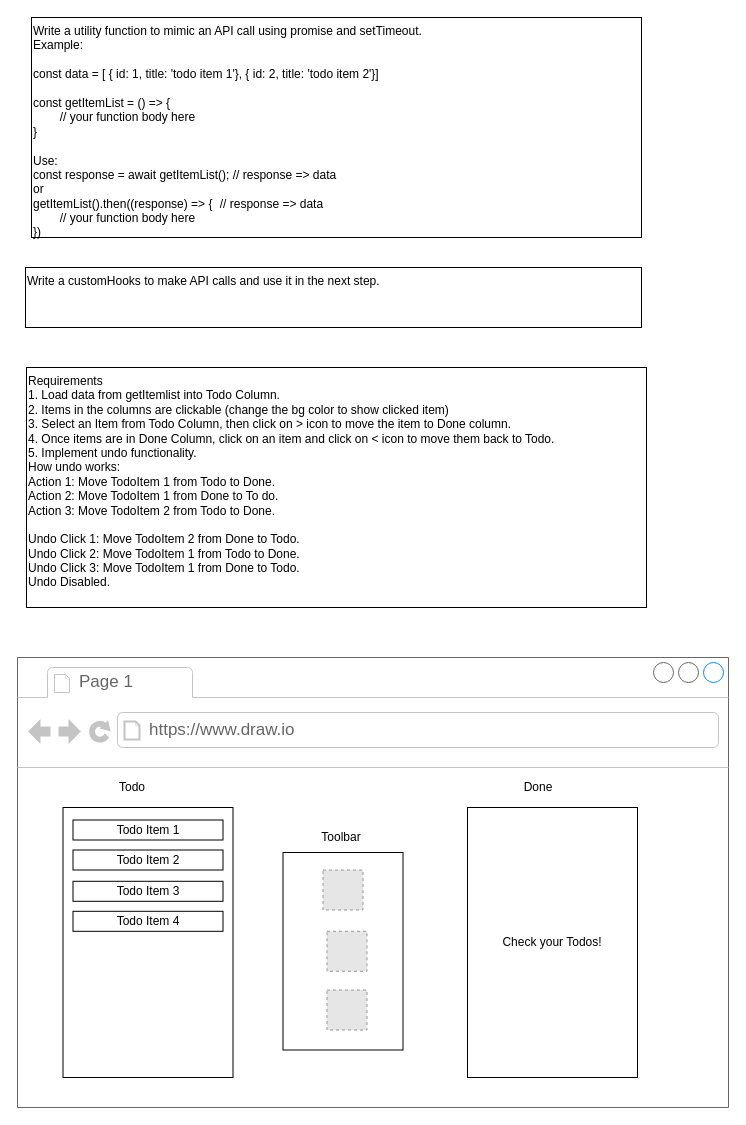
jayendra-sharan/questions keeps this draw.io diagram as app.drawio. Above is the earlier version. Source tidied: cells renumbered, new cells numbered last; positions are measured from the earlier drawing's top-left corner, leaving out a move shared by most shapes. Both pictures are drawn from the tidied source at 100%, with x=0, y=0 at pixel (17, 17). Pictures stored in the file or linked from it are replaced by grey dashed boxes.
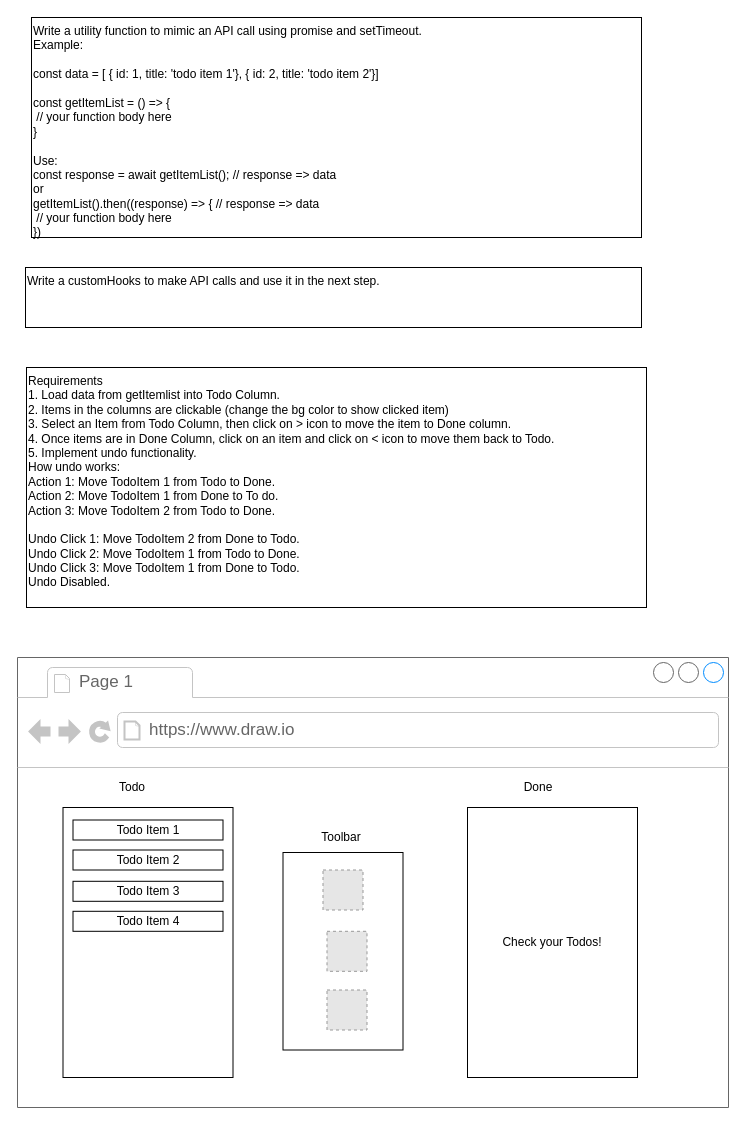
Above is the later version.

What changed in the source:
```diff
@@
-    <mxCell id="18" value="Write a utility function to mimic an API call using promise and setTimeout.&amp;nbsp;&lt;br&gt;Example:&lt;br&gt;&lt;br&gt;const data = [ { id: 1, title: 'todo item 1'}, { id: 2, title: 'todo item 2'}]&lt;br&gt;&lt;br&gt;const getItemList = () =&amp;gt; {&lt;br&gt;&lt;span style=&quot;white-space: pre&quot;&gt;&#9;&lt;/span&gt;// your function body here&lt;br&gt;}&lt;br&gt;&lt;br&gt;Use:&lt;br&gt;const response = await getItemList(); // response =&amp;gt; data&lt;br&gt;or&lt;br&gt;getItemList().then((response) =&amp;gt; {&lt;span style=&quot;white-space: pre&quot;&gt;&#9;&lt;/span&gt;// response =&amp;gt; data&lt;br&gt;&lt;span style=&quot;white-space: pre&quot;&gt;&#9;&lt;/span&gt;// your function body here&lt;br&gt;})" style="rounded=0;whiteSpace=wrap;html=1;align=left;verticalAlign=top;" parent="1" vertex="1">
+    <mxCell id="18" value="Write a utility function to mimic an API call using promise and setTimeout.&amp;nbsp;&lt;br&gt;Example:&lt;br&gt;&lt;br&gt;const data = [ { id: 1, title: 'todo item 1'}, { id: 2, title: 'todo item 2'}]&lt;br&gt;&lt;br&gt;const getItemList = () =&amp;gt; {&lt;br&gt;&lt;span style=&quot;white-space: pre&quot;&gt; &lt;/span&gt;// your function body here&lt;br&gt;}&lt;br&gt;&lt;br&gt;Use:&lt;br&gt;const response = await getItemList(); // response =&amp;gt; data&lt;br&gt;or&lt;br&gt;getItemList().then((response) =&amp;gt; {&lt;span style=&quot;white-space: pre&quot;&gt; &lt;/span&gt;// response =&amp;gt; data&lt;br&gt;&lt;span style=&quot;white-space: pre&quot;&gt; &lt;/span&gt;// your function body here&lt;br&gt;})" style="rounded=0;whiteSpace=wrap;html=1;align=left;verticalAlign=top;" parent="1" vertex="1">
       <mxGeometry x="14" width="610" height="220" as="geometry" />
     </mxCell>
```
